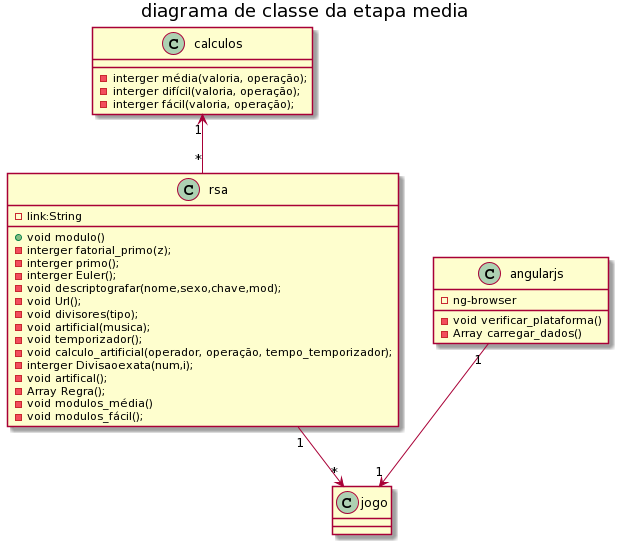
Before: imagens/diagrama de classe da etapa média.png, a diagram exported from PlantUML (guimaraesprogramador/Desafio).
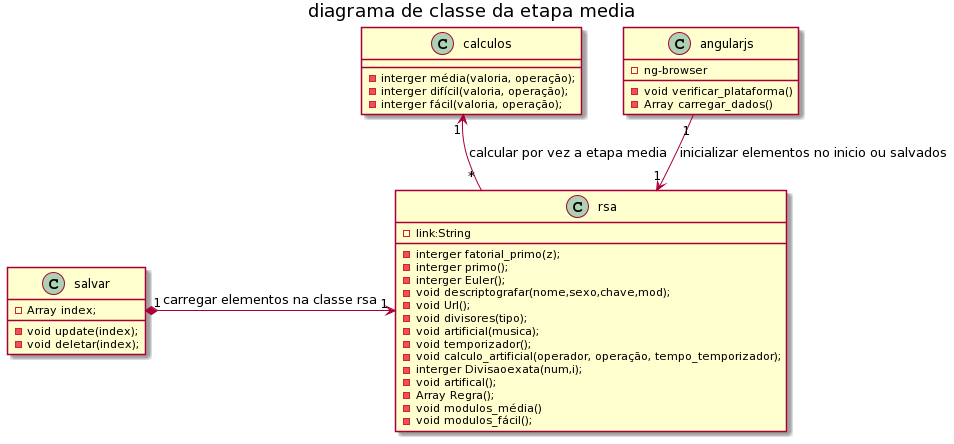
After the change.

What changed in the source:
```diff
@@ -9,7 +9,6 @@
 }
 Class "rsa"{
  -link:String
- +void modulo()
  -interger fatorial_primo(z);
 -interger primo();
 -interger Euler();
@@ -32,7 +31,12 @@
  -void verificar_plataforma()
  - Array carregar_dados()
 }
-calculos"1" <-- "*" rsa
-rsa "1" -->"*" jogo
-angularjs "1" -->"1" jogo
+class salvar{
+- Array index;
+-void update(index);
+- void deletar(index);
+}
+calculos"1" <-- "*" rsa: calcular por vez a etapa media
+angularjs "1" -->"1" rsa: inicializar elementos no inicio ou salvados
+salvar "1" *-> "1" rsa: carregar elementos na classe rsa
 @enduml
```
